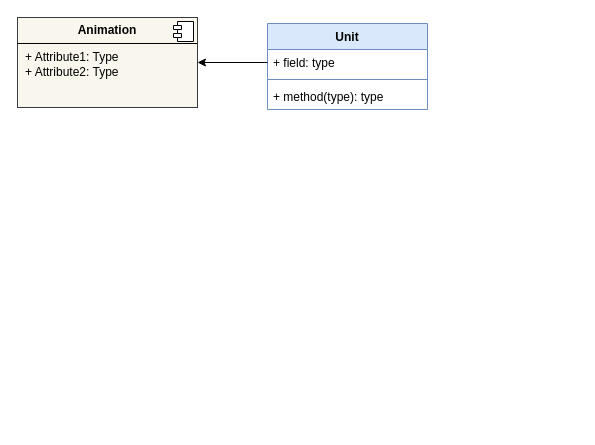
Above: Docs/Input.drawio in merlin-fs/ShipGuard (draw.io), before the change. Source tidied: cells renumbered, new cells numbered last; positions are measured from the earlier drawing's top-left corner, leaving out a move shared by most shapes. Both pictures are drawn from the tidied source at 100%, with x=0, y=0 at pixel (17, 17).
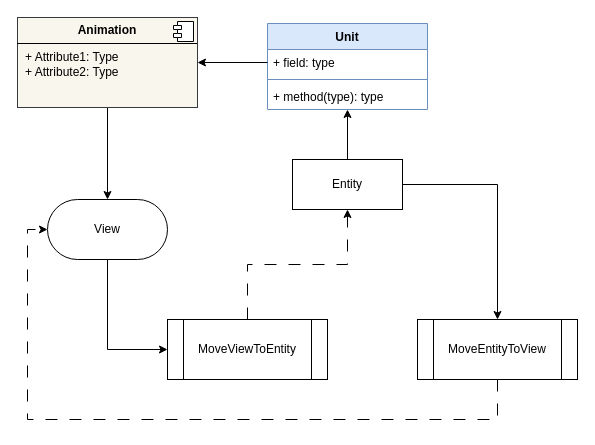
The same diagram, later.

Unchanged cells that the change refers to:
```xml
<mxCell id="2" value="Unit" style="swimlane;fontStyle=1;align=center;verticalAlign=top;horizontal=1;startSize=26;whiteSpace=wrap;html=1;fillColor=#dae8fc;strokeColor=#6c8ebf;" parent="1" vertex="1">
  <mxGeometry x="250" y="6" width="160" height="86" as="geometry" />
</mxCell>
<mxCell id="6" value="&lt;p style=&quot;margin:0px;margin-top:6px;text-align:center;&quot;&gt;&lt;b&gt;Animation&lt;/b&gt;&lt;/p&gt;&lt;hr size=&quot;1&quot; style=&quot;border-style:solid;&quot;&gt;&lt;p style=&quot;margin:0px;margin-left:8px;&quot;&gt;+ Attribute1: Type&lt;br&gt;+ Attribute2: Type&lt;/p&gt;" style="align=left;overflow=fill;html=1;whiteSpace=wrap;fillColor=#f9f7ed;strokeColor=#36393d;" parent="1" vertex="1">
  <mxGeometry width="180" height="90" as="geometry" />
</mxCell>
```

Diff of the diagram source:
```diff
@@
+    <mxCell id="9" style="edgeStyle=orthogonalEdgeStyle;rounded=0;jettySize=auto;html=1;" parent="1" edge="1" source="6" target="15">
+      <mxGeometry relative="1" as="geometry" />
+    </mxCell>
@@
+    <mxCell id="10" style="edgeStyle=orthogonalEdgeStyle;rounded=0;jettySize=auto;html=1;entryX=0.5;entryY=1;entryDx=0;entryDy=0;dashed=1;dashPattern=12 12;" parent="1" edge="1" source="11" target="18">
+      <mxGeometry relative="1" as="geometry" />
+    </mxCell>
+    <mxCell id="11" value="MoveViewToEntity" style="shape=process;whiteSpace=wrap;html=1;backgroundOutline=1;" parent="1" vertex="1">
+      <mxGeometry x="150" y="302" width="160" height="60" as="geometry" />
+    </mxCell>
+    <mxCell id="12" style="edgeStyle=orthogonalEdgeStyle;rounded=0;jettySize=auto;html=1;entryX=0;entryY=0.5;entryDx=0;entryDy=0;dashed=1;dashPattern=12 12;" parent="1" edge="1" source="13" target="15">
+      <mxGeometry relative="1" as="geometry">
+        <Array as="points">
+          <mxPoint x="480" y="402" />
+          <mxPoint x="10" y="402" />
+          <mxPoint x="10" y="212" />
+        </Array>
+      </mxGeometry>
+    </mxCell>
+    <mxCell id="13" value="MoveEntityToView" style="shape=process;whiteSpace=wrap;html=1;backgroundOutline=1;" parent="1" vertex="1">
+      <mxGeometry x="400" y="302" width="160" height="60" as="geometry" />
+    </mxCell>
+    <mxCell id="14" style="edgeStyle=orthogonalEdgeStyle;rounded=0;jettySize=auto;entryX=0;entryY=0.5;entryDx=0;entryDy=0;exitX=0.5;exitY=1;exitDx=0;exitDy=0;shadow=0;flowAnimation=0;curved=0;jumpStyle=none;textShadow=0;html=1;" parent="1" edge="1" source="15" target="11">
+      <mxGeometry relative="1" as="geometry" />
+    </mxCell>
+    <mxCell id="15" value="View" style="rounded=1;whiteSpace=wrap;html=1;arcSize=50;" parent="1" vertex="1">
+      <mxGeometry x="30" y="182" width="120" height="60" as="geometry" />
+    </mxCell>
+    <mxCell id="16" style="edgeStyle=orthogonalEdgeStyle;rounded=0;jettySize=auto;html=1;" parent="1" edge="1" source="18" target="2">
+      <mxGeometry relative="1" as="geometry" />
+    </mxCell>
+    <mxCell id="17" style="edgeStyle=orthogonalEdgeStyle;rounded=0;jettySize=auto;html=1;entryX=0.5;entryY=0;entryDx=0;entryDy=0;" parent="1" edge="1" source="18" target="13">
+      <mxGeometry relative="1" as="geometry" />
+    </mxCell>
+    <mxCell id="18" value="Entity" style="html=1;whiteSpace=wrap;" parent="1" vertex="1">
+      <mxGeometry x="275" y="142" width="110" height="50" as="geometry" />
+    </mxCell>
```
